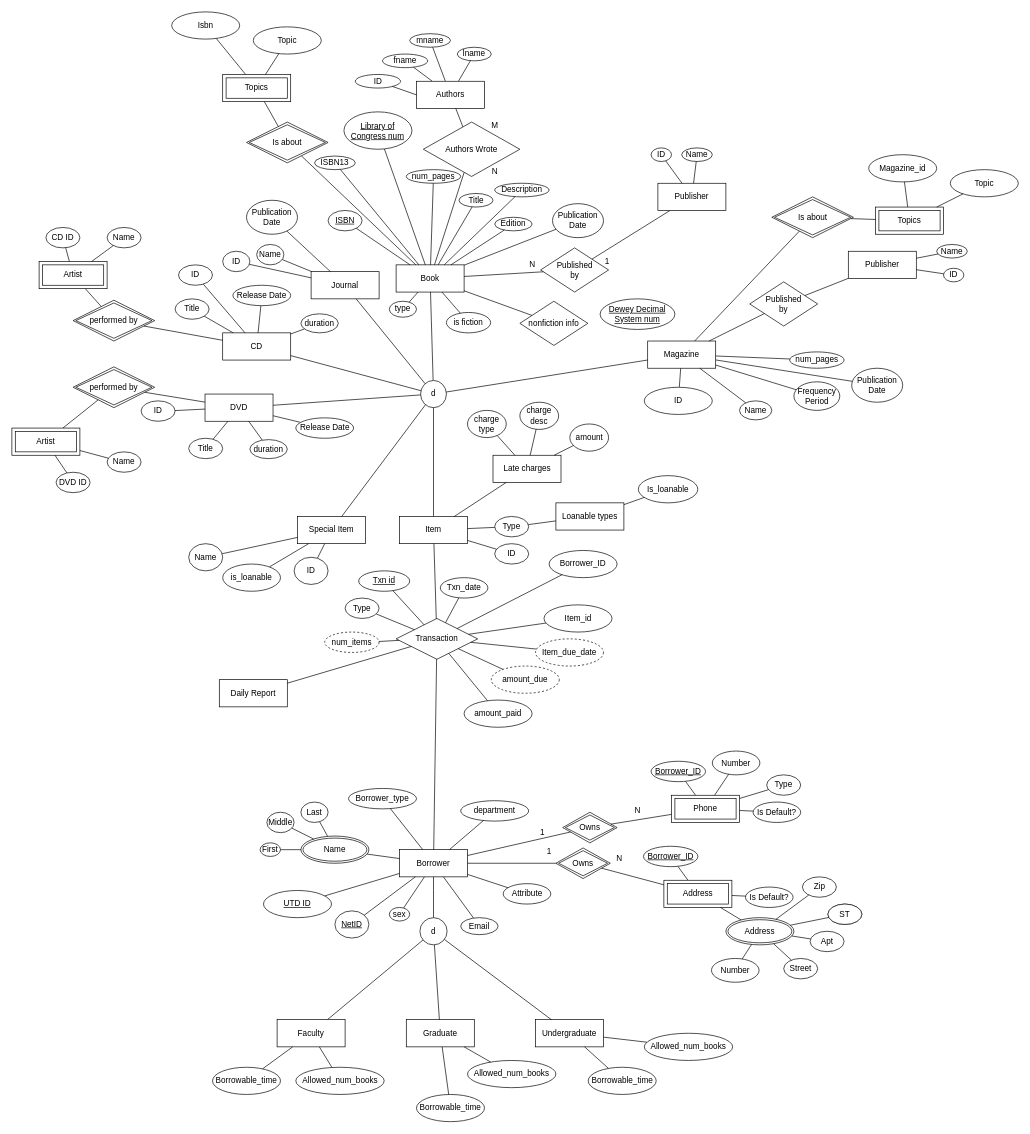
This is library_er.drawio from camelCaseGuy/databaseDesignDrawing, a draw.io file, before an edit. Source tidied: cells renumbered, new cells numbered last; positions are measured from the earlier drawing's top-left corner, leaving out a move shared by most shapes. Both pictures are drawn from the tidied source at 68%, with x=0, y=0 at pixel (12, 12).
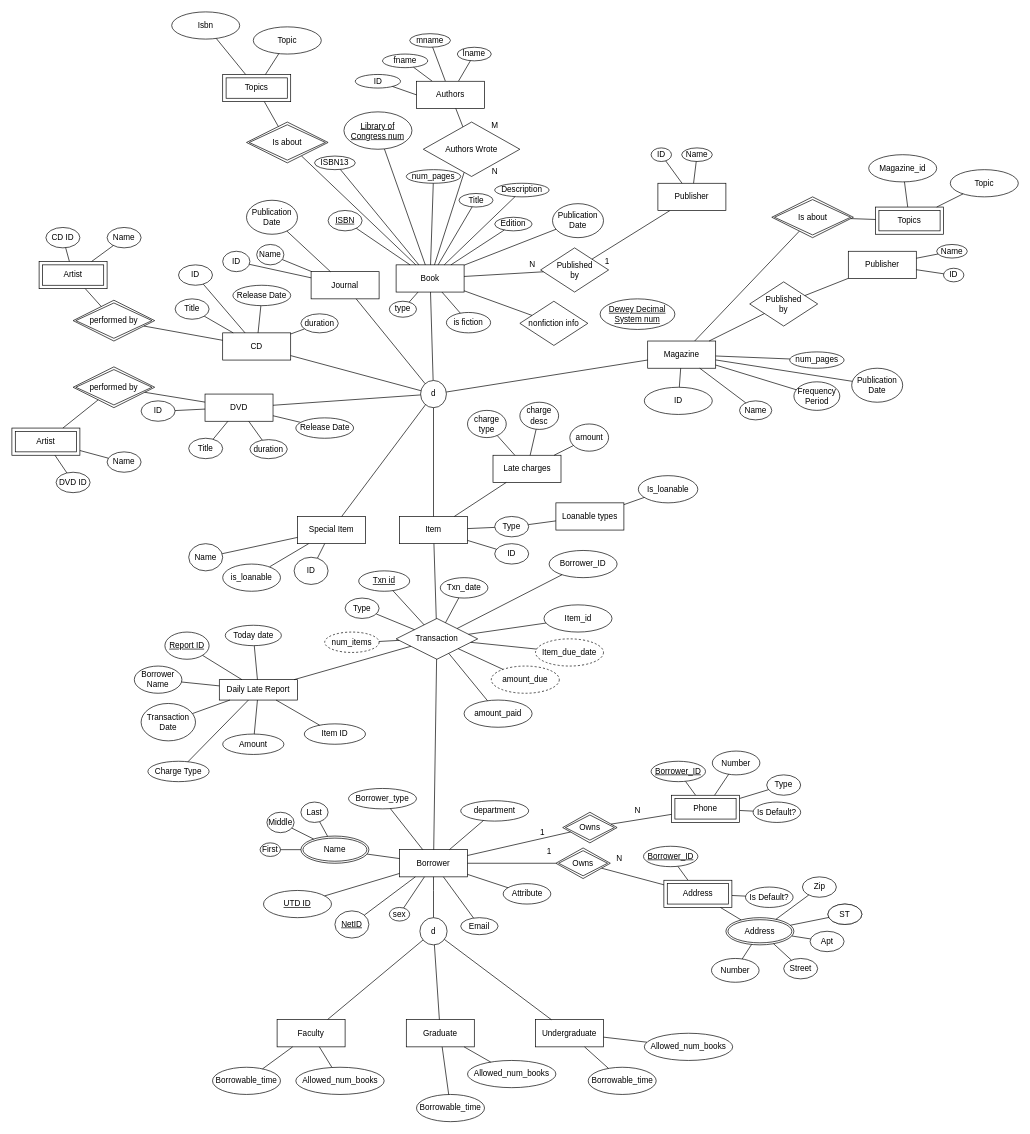
The same diagram, later.

What changed in the source:
```diff
@@
-    <mxCell id="230" value="Daily Report" style="whiteSpace=wrap;html=1;align=center;" parent="1" vertex="1">
-      <mxGeometry x="305" y="982" width="100" height="40" as="geometry" />
+    <mxCell id="230" value="Daily Late Report" style="whiteSpace=wrap;html=1;align=center;" parent="1" vertex="1">
+      <mxGeometry x="305" y="982" width="115" height="30" as="geometry" />
     </mxCell>
@@
+    <mxCell id="261" value="Report ID" style="ellipse;whiteSpace=wrap;html=1;align=center;fontStyle=4;" parent="1" vertex="1">
+      <mxGeometry x="225" y="912" width="65" height="40" as="geometry" />
+    </mxCell>
+    <mxCell id="262" value="Borrower Name" style="ellipse;whiteSpace=wrap;html=1;align=center;" parent="1" vertex="1">
+      <mxGeometry x="180" y="962" width="70" height="40" as="geometry" />
+    </mxCell>
+    <mxCell id="263" value="Transaction Date" style="ellipse;whiteSpace=wrap;html=1;align=center;" parent="1" vertex="1">
+      <mxGeometry x="190" y="1017" width="80" height="55" as="geometry" />
+    </mxCell>
+    <mxCell id="264" value="Charge Type" style="ellipse;whiteSpace=wrap;html=1;align=center;" parent="1" vertex="1">
+      <mxGeometry x="200" y="1102" width="90" height="30" as="geometry" />
+    </mxCell>
+    <mxCell id="265" value="Amount" style="ellipse;whiteSpace=wrap;html=1;align=center;" parent="1" vertex="1">
+      <mxGeometry x="310" y="1062" width="90" height="30" as="geometry" />
+    </mxCell>
+    <mxCell id="266" value="Item ID" style="ellipse;whiteSpace=wrap;html=1;align=center;" parent="1" vertex="1">
+      <mxGeometry x="430" y="1047" width="90" height="30" as="geometry" />
+    </mxCell>
+    <mxCell id="267" style="endArrow=none;html=1;rounded=0;" parent="1" edge="1" source="274" target="230">
+      <mxGeometry relative="1" as="geometry" />
+    </mxCell>
+    <mxCell id="268" style="endArrow=none;html=1;rounded=0;" parent="1" edge="1" source="261" target="230">
+      <mxGeometry relative="1" as="geometry" />
+    </mxCell>
+    <mxCell id="269" style="endArrow=none;html=1;rounded=0;" parent="1" edge="1" source="262" target="230">
+      <mxGeometry relative="1" as="geometry" />
+    </mxCell>
+    <mxCell id="270" style="endArrow=none;html=1;rounded=0;" parent="1" edge="1" source="263" target="230">
+      <mxGeometry relative="1" as="geometry" />
+    </mxCell>
+    <mxCell id="271" style="endArrow=none;html=1;rounded=0;" parent="1" edge="1" source="264" target="230">
+      <mxGeometry relative="1" as="geometry" />
+    </mxCell>
+    <mxCell id="272" style="endArrow=none;html=1;rounded=0;" parent="1" edge="1" source="265" target="230">
+      <mxGeometry relative="1" as="geometry" />
+    </mxCell>
+    <mxCell id="273" style="endArrow=none;html=1;rounded=0;" parent="1" edge="1" source="230" target="266">
+      <mxGeometry relative="1" as="geometry" />
+    </mxCell>
+    <mxCell id="274" value="Today date" style="ellipse;whiteSpace=wrap;html=1;align=center;" parent="1" vertex="1">
+      <mxGeometry x="313.8" y="902" width="82.5" height="30" as="geometry" />
+    </mxCell>
```
